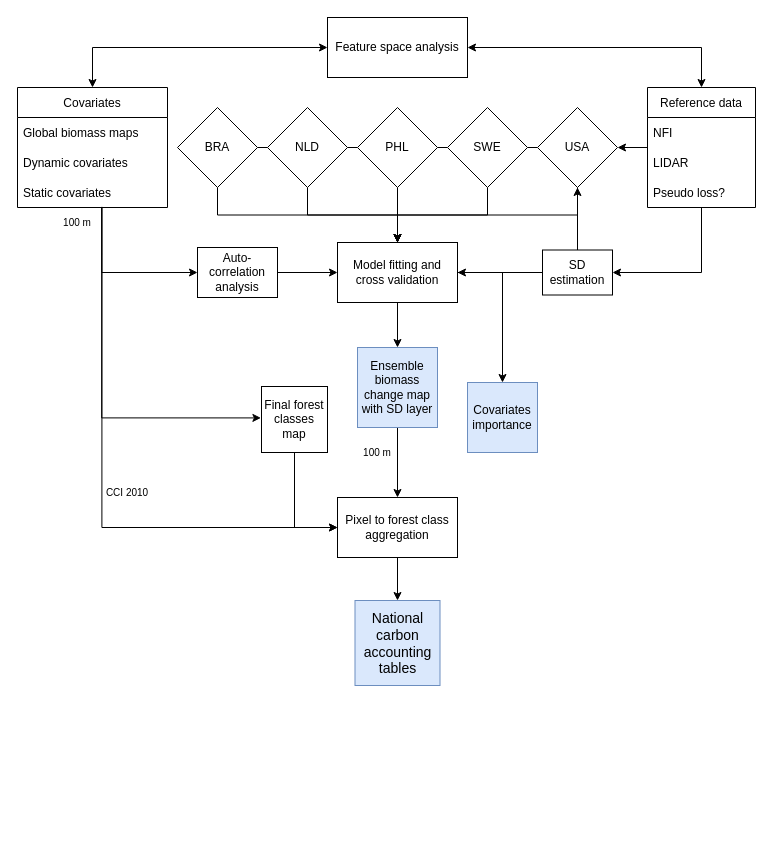
Before: Paper3.drawio in arnanaraza/diagrams, a draw.io diagram. Source tidied: cells renumbered, new cells numbered last; positions are measured from the earlier drawing's top-left corner, leaving out a move shared by most shapes. Both pictures are drawn from the tidied source at 100%, with x=0, y=0 at pixel (17, 17).
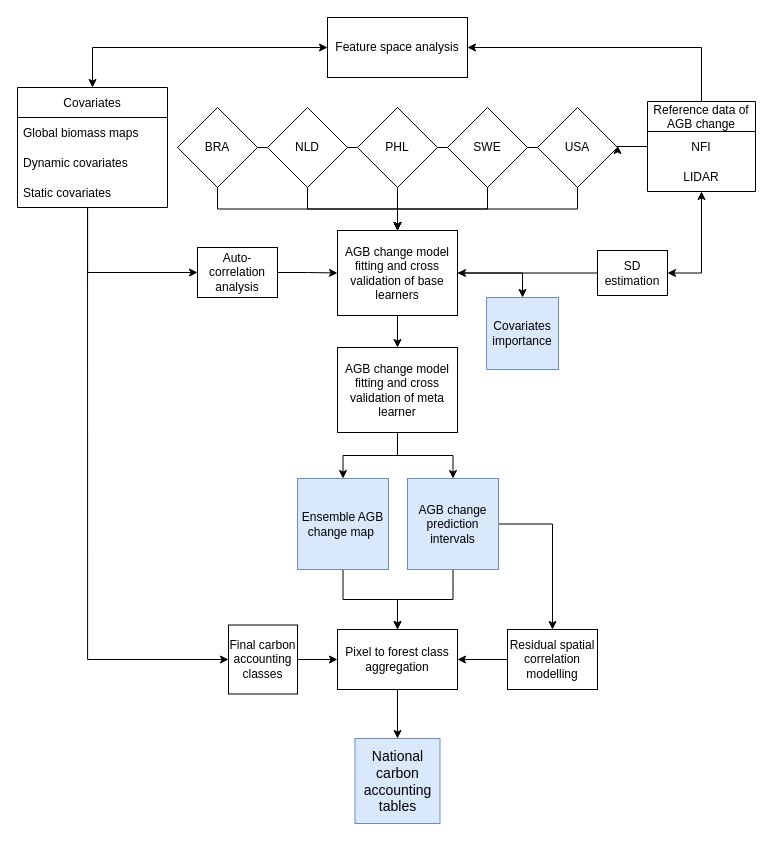
After the change.

The change refers to these unchanged cells:
```xml
<mxCell id="13" value="Static covariates" style="text;strokeColor=none;fillColor=none;align=left;verticalAlign=middle;spacingLeft=4;spacingRight=4;overflow=hidden;points=[[0,0.5],[1,0.5]];portConstraint=eastwest;" parent="10" vertex="1">
  <mxGeometry y="90" width="150" height="30" as="geometry" />
</mxCell>
<mxCell id="31" value="USA" style="rhombus;whiteSpace=wrap;html=1;" parent="1" vertex="1">
  <mxGeometry x="520" y="90" width="80" height="80" as="geometry" />
</mxCell>
<mxCell id="38" value="Auto-correlation analysis" style="rounded=0;whiteSpace=wrap;html=1;" parent="1" vertex="1">
  <mxGeometry x="180" y="230" width="80" height="50" as="geometry" />
</mxCell>
<mxCell id="46" value="Feature space analysis" style="rounded=0;whiteSpace=wrap;html=1;" parent="1" vertex="1">
  <mxGeometry x="310" width="140" height="60" as="geometry" />
</mxCell>
```

The edit, as a diff of the source:
```diff
@@
-    <mxCell id="2" style="edgeStyle=orthogonalEdgeStyle;rounded=0;jettySize=auto;html=1;exitX=0.5;exitY=1;exitDx=0;exitDy=0;entryX=0.5;entryY=0;entryDx=0;entryDy=0;" parent="1" edge="1" source="4" target="35">
-      <mxGeometry relative="1" as="geometry" />
-    </mxCell>
@@
+    <mxCell id="52" style="edgeStyle=orthogonalEdgeStyle;rounded=0;jettySize=auto;html=1;exitX=0.5;exitY=1;exitDx=0;exitDy=0;entryX=0.5;entryY=0;entryDx=0;entryDy=0;startArrow=none;startFill=0;" parent="1" edge="1" source="4" target="62">
+      <mxGeometry relative="1" as="geometry" />
+    </mxCell>
-    <mxCell id="4" value="Model fitting and cross validation" style="rounded=0;whiteSpace=wrap;html=1;" parent="1" vertex="1">
-      <mxGeometry x="320" y="225" width="120" height="60" as="geometry" />
+    <mxCell id="4" value="AGB change model fitting and cross validation of base learners" style="rounded=0;whiteSpace=wrap;html=1;" parent="1" vertex="1">
+      <mxGeometry x="320" y="213" width="120" height="85" as="geometry" />
     </mxCell>
@@
-    <mxCell id="6" style="edgeStyle=orthogonalEdgeStyle;rounded=0;jettySize=auto;html=1;exitX=0.5;exitY=0;exitDx=0;exitDy=0;entryX=0.5;entryY=1;entryDx=0;entryDy=0;endArrow=classic;endFill=1;" parent="1" edge="1" source="7" target="31">
-      <mxGeometry relative="1" as="geometry" />
-    </mxCell>
     <mxCell id="7" value="SD estimation" style="rounded=0;whiteSpace=wrap;html=1;" parent="1" vertex="1">
-      <mxGeometry x="525" y="232.5" width="70" height="45" as="geometry" />
+      <mxGeometry x="580" y="233" width="70" height="45" as="geometry" />
     </mxCell>
@@
-    <mxCell id="14" style="edgeStyle=orthogonalEdgeStyle;rounded=0;jettySize=auto;html=1;exitX=0.5;exitY=0;exitDx=0;exitDy=0;entryX=1;entryY=0.5;entryDx=0;entryDy=0;startArrow=classic;startFill=1;" parent="1" edge="1" source="17" target="46">
+    <mxCell id="14" style="edgeStyle=orthogonalEdgeStyle;rounded=0;jettySize=auto;html=1;exitX=0.5;exitY=0;exitDx=0;exitDy=0;entryX=1;entryY=0.5;entryDx=0;entryDy=0;startArrow=none;startFill=0;verticalAlign=top;" parent="1" edge="1" source="17" target="46">
       <mxGeometry relative="1" as="geometry" />
     </mxCell>
-    <mxCell id="15" style="edgeStyle=orthogonalEdgeStyle;rounded=0;jettySize=auto;html=1;exitX=0.5;exitY=1;exitDx=0;exitDy=0;entryX=1;entryY=0.5;entryDx=0;entryDy=0;endArrow=classic;endFill=1;" parent="1" edge="1" source="17" target="7">
+    <mxCell id="15" style="edgeStyle=orthogonalEdgeStyle;rounded=0;jettySize=auto;html=1;exitX=0.5;exitY=1;exitDx=0;exitDy=0;entryX=1;entryY=0.5;entryDx=0;entryDy=0;endArrow=classic;endFill=1;startArrow=classic;startFill=1;" parent="1" edge="1" source="17" target="7">
       <mxGeometry relative="1" as="geometry" />
     </mxCell>
-    <mxCell id="16" style="edgeStyle=orthogonalEdgeStyle;rounded=0;jettySize=auto;html=1;exitX=0;exitY=0.5;exitDx=0;exitDy=0;entryX=1;entryY=0.5;entryDx=0;entryDy=0;endArrow=classic;endFill=1;" parent="1" edge="1" source="17" target="31">
+    <mxCell id="16" style="edgeStyle=orthogonalEdgeStyle;rounded=0;jettySize=auto;html=1;exitX=0;exitY=0.5;exitDx=0;exitDy=0;entryX=1;entryY=0.475;entryDx=0;entryDy=0;entryPerimeter=0;" parent="1" edge="1" source="17" target="31">
       <mxGeometry relative="1" as="geometry" />
     </mxCell>
-    <mxCell id="17" value="Reference data" style="swimlane;fontStyle=0;horizontal=1;startSize=30;" parent="1" vertex="1">
-      <mxGeometry x="630" y="70" width="108" height="120" as="geometry" />
+    <mxCell id="17" value="Reference data of &#10;AGB change" style="swimlane;fontStyle=0;horizontal=1;startSize=30;" parent="1" vertex="1">
+      <mxGeometry x="630" y="84" width="108" height="90" as="geometry" />
     </mxCell>
-    <mxCell id="18" value="NFI" style="text;strokeColor=none;fillColor=none;align=left;verticalAlign=middle;spacingLeft=4;spacingRight=4;overflow=hidden;" parent="17" vertex="1">
+    <mxCell id="18" value="NFI" style="text;strokeColor=none;fillColor=none;align=center;verticalAlign=middle;spacingLeft=4;spacingRight=4;overflow=hidden;" parent="17" vertex="1">
       <mxGeometry y="30" width="108" height="30" as="geometry" />
     </mxCell>
-    <mxCell id="19" value="LIDAR" style="text;strokeColor=none;fillColor=none;align=left;verticalAlign=middle;spacingLeft=4;spacingRight=4;overflow=hidden;" parent="17" vertex="1">
+    <mxCell id="19" value="LIDAR" style="text;strokeColor=none;fillColor=none;align=center;verticalAlign=middle;spacingLeft=4;spacingRight=4;overflow=hidden;" parent="17" vertex="1">
       <mxGeometry y="60" width="108" height="30" as="geometry" />
     </mxCell>
-    <mxCell id="20" value="Pseudo loss?" style="text;strokeColor=none;fillColor=none;align=left;verticalAlign=middle;spacingLeft=4;spacingRight=4;overflow=hidden;" parent="17" vertex="1">
-      <mxGeometry y="90" width="108" height="30" as="geometry" />
-    </mxCell>
@@
-    <mxCell id="32" style="edgeStyle=orthogonalEdgeStyle;rounded=0;jettySize=auto;html=1;exitX=0.5;exitY=1;exitDx=0;exitDy=0;entryX=0;entryY=0.5;entryDx=0;entryDy=0;" parent="1" edge="1" source="33" target="43">
-      <mxGeometry relative="1" as="geometry" />
-    </mxCell>
-    <mxCell id="33" value="&lt;span style=&quot;font-size: 12px;&quot;&gt;Final forest classes map&lt;/span&gt;" style="whiteSpace=wrap;html=1;fontSize=10;" parent="1" vertex="1">
-      <mxGeometry x="244" y="369" width="66" height="66" as="geometry" />
-    </mxCell>
@@
-    <mxCell id="35" value="&lt;span style=&quot;font-size: 12px;&quot;&gt;Ensemble biomass change map with SD layer&lt;/span&gt;" style="whiteSpace=wrap;html=1;fontSize=10;fillColor=#dae8fc;strokeColor=#6c8ebf;" parent="1" vertex="1">
-      <mxGeometry x="340" y="330" width="80" height="80" as="geometry" />
+    <mxCell id="35" value="&lt;span style=&quot;font-size: 12px;&quot;&gt;Ensemble AGB change map&amp;nbsp;&lt;/span&gt;" style="whiteSpace=wrap;html=1;fontSize=10;fillColor=#dae8fc;strokeColor=#6c8ebf;" parent="1" vertex="1">
+      <mxGeometry x="280" y="461" width="91" height="91" as="geometry" />
     </mxCell>
     <mxCell id="36" value="&lt;font style=&quot;font-size: 14px;&quot;&gt;National carbon accounting tables&lt;/font&gt;" style="whiteSpace=wrap;html=1;fontSize=10;fillColor=#dae8fc;strokeColor=#6c8ebf;" parent="1" vertex="1">
-      <mxGeometry x="337.5" y="583" width="85" height="85" as="geometry" />
+      <mxGeometry x="337.5" y="721" width="85" height="85" as="geometry" />
     </mxCell>
@@
+    <mxCell id="53" style="edgeStyle=orthogonalEdgeStyle;rounded=0;jettySize=auto;html=1;exitX=0;exitY=0.5;exitDx=0;exitDy=0;entryX=0.467;entryY=1;entryDx=0;entryDy=0;entryPerimeter=0;startArrow=classic;startFill=1;endArrow=none;endFill=0;" parent="1" edge="1" source="38" target="13">
+      <mxGeometry relative="1" as="geometry" />
+    </mxCell>
@@
-    <mxCell id="39" style="edgeStyle=orthogonalEdgeStyle;rounded=0;jettySize=auto;html=1;exitX=0.563;exitY=0.979;exitDx=0;exitDy=0;exitPerimeter=0;endArrow=classic;endFill=1;" parent="1" edge="1" source="13">
-      <mxGeometry relative="1" as="geometry">
-        <mxPoint x="320" y="510" as="targetPoint" />
-        <Array as="points">
-          <mxPoint x="85" y="510" />
-          <mxPoint x="320" y="510" />
-        </Array>
-      </mxGeometry>
-    </mxCell>
     <mxCell id="40" value="&lt;span style=&quot;font-size: 12px;&quot;&gt;Covariates importance&lt;/span&gt;" style="whiteSpace=wrap;html=1;fontSize=10;fillColor=#dae8fc;strokeColor=#6c8ebf;" parent="1" vertex="1">
-      <mxGeometry x="450" y="365" width="70" height="70" as="geometry" />
+      <mxGeometry x="469" y="280" width="72" height="72" as="geometry" />
     </mxCell>
-    <mxCell id="41" style="edgeStyle=orthogonalEdgeStyle;rounded=0;jettySize=auto;html=1;exitX=0.561;exitY=1.014;exitDx=0;exitDy=0;exitPerimeter=0;endArrow=classic;entryX=0;entryY=0.5;entryDx=0;entryDy=0;endFill=1;" parent="1" edge="1" source="13" target="38">
-      <mxGeometry relative="1" as="geometry" />
-    </mxCell>
@@
+    <mxCell id="54" style="edgeStyle=orthogonalEdgeStyle;rounded=0;jettySize=auto;html=1;exitX=1;exitY=0.5;exitDx=0;exitDy=0;entryX=0;entryY=0.5;entryDx=0;entryDy=0;startArrow=classic;startFill=1;endArrow=none;endFill=0;" parent="1" edge="1" source="43" target="55">
+      <mxGeometry relative="1" as="geometry" />
+    </mxCell>
     <mxCell id="43" value="Pixel to forest class aggregation" style="rounded=0;whiteSpace=wrap;html=1;" parent="1" vertex="1">
-      <mxGeometry x="320" y="480" width="120" height="60" as="geometry" />
+      <mxGeometry x="320" y="612" width="120" height="60" as="geometry" />
     </mxCell>
-    <mxCell id="44" value="&lt;font style=&quot;font-size: 10px;&quot;&gt;100 m&lt;/font&gt;" style="text;html=1;strokeColor=none;fillColor=none;align=center;verticalAlign=middle;whiteSpace=wrap;rounded=0;" parent="1" vertex="1">
-      <mxGeometry x="30" y="190" width="60" height="30" as="geometry" />
-    </mxCell>
-    <mxCell id="45" value="&lt;font style=&quot;font-size: 10px;&quot;&gt;100 m&lt;/font&gt;" style="text;html=1;strokeColor=none;fillColor=none;align=center;verticalAlign=middle;whiteSpace=wrap;rounded=0;" parent="1" vertex="1">
-      <mxGeometry x="330" y="420" width="60" height="30" as="geometry" />
-    </mxCell>
@@
-    <mxCell id="50" value="&lt;font style=&quot;font-size: 10px;&quot;&gt;CCI 2010&lt;/font&gt;" style="text;html=1;strokeColor=none;fillColor=none;align=center;verticalAlign=middle;whiteSpace=wrap;rounded=0;" parent="1" vertex="1">
-      <mxGeometry x="80" y="460" width="60" height="30" as="geometry" />
-    </mxCell>
-    <mxCell id="51" style="edgeStyle=orthogonalEdgeStyle;rounded=0;jettySize=auto;html=1;exitX=0.904;exitY=0.006;exitDx=0;exitDy=0;exitPerimeter=0;endArrow=classic;entryX=-0.009;entryY=0.476;entryDx=0;entryDy=0;endFill=1;entryPerimeter=0;" parent="1" edge="1" source="44" target="33">
-      <mxGeometry relative="1" as="geometry">
-        <Array as="points">
-          <mxPoint x="84" y="400" />
-          <mxPoint x="243" y="400" />
-        </Array>
-      </mxGeometry>
-    </mxCell>
+    <mxCell id="55" value="Residual spatial correlation modelling" style="rounded=0;whiteSpace=wrap;html=1;" parent="1" vertex="1">
+      <mxGeometry x="490" y="612" width="90" height="60" as="geometry" />
+    </mxCell>
+    <mxCell id="56" style="edgeStyle=orthogonalEdgeStyle;rounded=0;jettySize=auto;html=1;exitX=0;exitY=0.5;exitDx=0;exitDy=0;entryX=0.467;entryY=0.981;entryDx=0;entryDy=0;entryPerimeter=0;startArrow=classic;startFill=1;endArrow=none;endFill=0;" parent="1" edge="1" source="33" target="13">
+      <mxGeometry relative="1" as="geometry" />
+    </mxCell>
+    <mxCell id="32" style="edgeStyle=orthogonalEdgeStyle;rounded=0;jettySize=auto;html=1;exitX=1;exitY=0.5;exitDx=0;exitDy=0;entryX=0;entryY=0.5;entryDx=0;entryDy=0;startArrow=none;startFill=0;endArrow=classic;endFill=1;" parent="1" edge="1" source="33" target="43">
+      <mxGeometry relative="1" as="geometry" />
+    </mxCell>
+    <mxCell id="33" value="&lt;span style=&quot;font-size: 12px;&quot;&gt;Final carbon accounting classes&lt;/span&gt;" style="whiteSpace=wrap;html=1;fontSize=10;" parent="1" vertex="1">
+      <mxGeometry x="211" y="607.5" width="69" height="69" as="geometry" />
+    </mxCell>
+    <mxCell id="57" style="edgeStyle=orthogonalEdgeStyle;rounded=0;jettySize=auto;html=1;exitX=1;exitY=0.5;exitDx=0;exitDy=0;entryX=0.5;entryY=0;entryDx=0;entryDy=0;" parent="1" edge="1" source="59" target="55">
+      <mxGeometry relative="1" as="geometry" />
+    </mxCell>
+    <mxCell id="58" style="edgeStyle=orthogonalEdgeStyle;rounded=0;jettySize=auto;html=1;exitX=0.5;exitY=1;exitDx=0;exitDy=0;entryX=0.5;entryY=0;entryDx=0;entryDy=0;startArrow=none;startFill=0;" parent="1" edge="1" source="59" target="43">
+      <mxGeometry relative="1" as="geometry" />
+    </mxCell>
+    <mxCell id="59" value="&lt;span style=&quot;font-size: 12px;&quot;&gt;AGB change prediction intervals&lt;/span&gt;" style="whiteSpace=wrap;html=1;fontSize=10;fillColor=#dae8fc;strokeColor=#6c8ebf;" parent="1" vertex="1">
+      <mxGeometry x="390" y="461" width="91" height="91" as="geometry" />
+    </mxCell>
+    <mxCell id="60" style="edgeStyle=orthogonalEdgeStyle;rounded=0;jettySize=auto;html=1;exitX=0.5;exitY=1;exitDx=0;exitDy=0;entryX=0.5;entryY=0;entryDx=0;entryDy=0;startArrow=none;startFill=0;endArrow=classic;endFill=1;" parent="1" edge="1" source="62" target="35">
+      <mxGeometry relative="1" as="geometry" />
+    </mxCell>
+    <mxCell id="61" style="edgeStyle=orthogonalEdgeStyle;rounded=0;jettySize=auto;html=1;exitX=0.5;exitY=1;exitDx=0;exitDy=0;entryX=0.5;entryY=0;entryDx=0;entryDy=0;startArrow=none;startFill=0;endArrow=classic;endFill=1;" parent="1" edge="1" source="62" target="59">
+      <mxGeometry relative="1" as="geometry" />
+    </mxCell>
+    <mxCell id="62" value="AGB change model fitting and cross validation of meta learner" style="rounded=0;whiteSpace=wrap;html=1;" parent="1" vertex="1">
+      <mxGeometry x="320" y="330" width="120" height="85" as="geometry" />
+    </mxCell>
```
